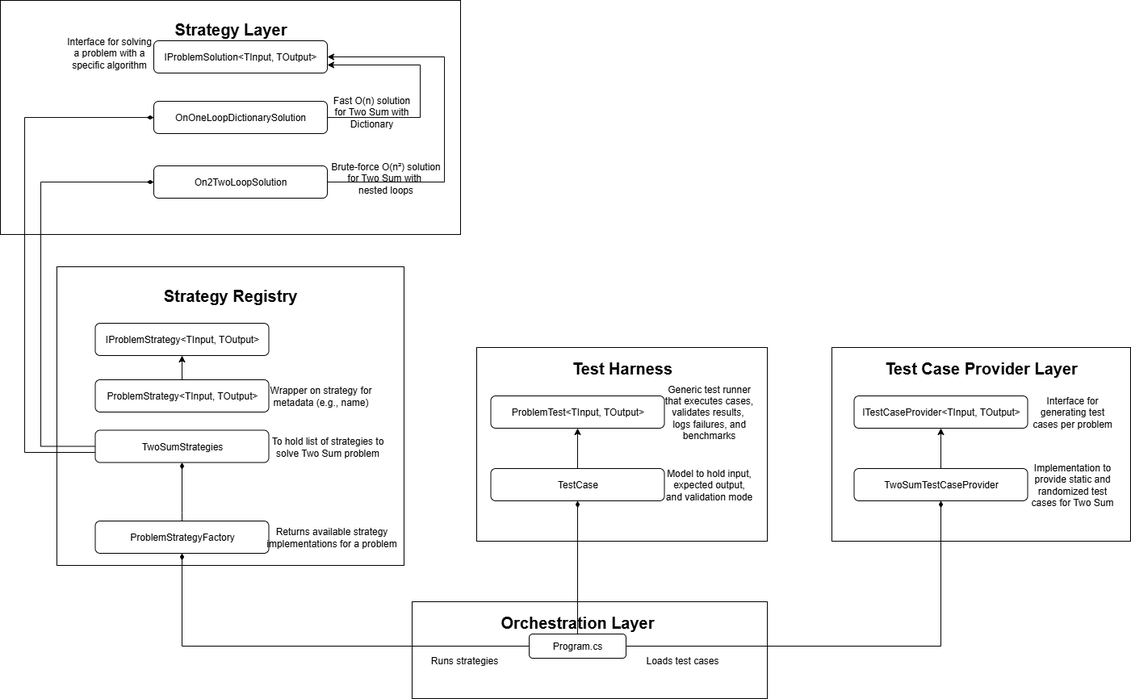
Before: Leetcode/Documentation/project-visualization-diagram.png, a diagram exported from draw.io (abhimanyu-builds/Leetcode). Source tidied: cells renumbered, new cells last; positions are measured from the earlier drawing's top-left corner, leaving out a move shared by most shapes.
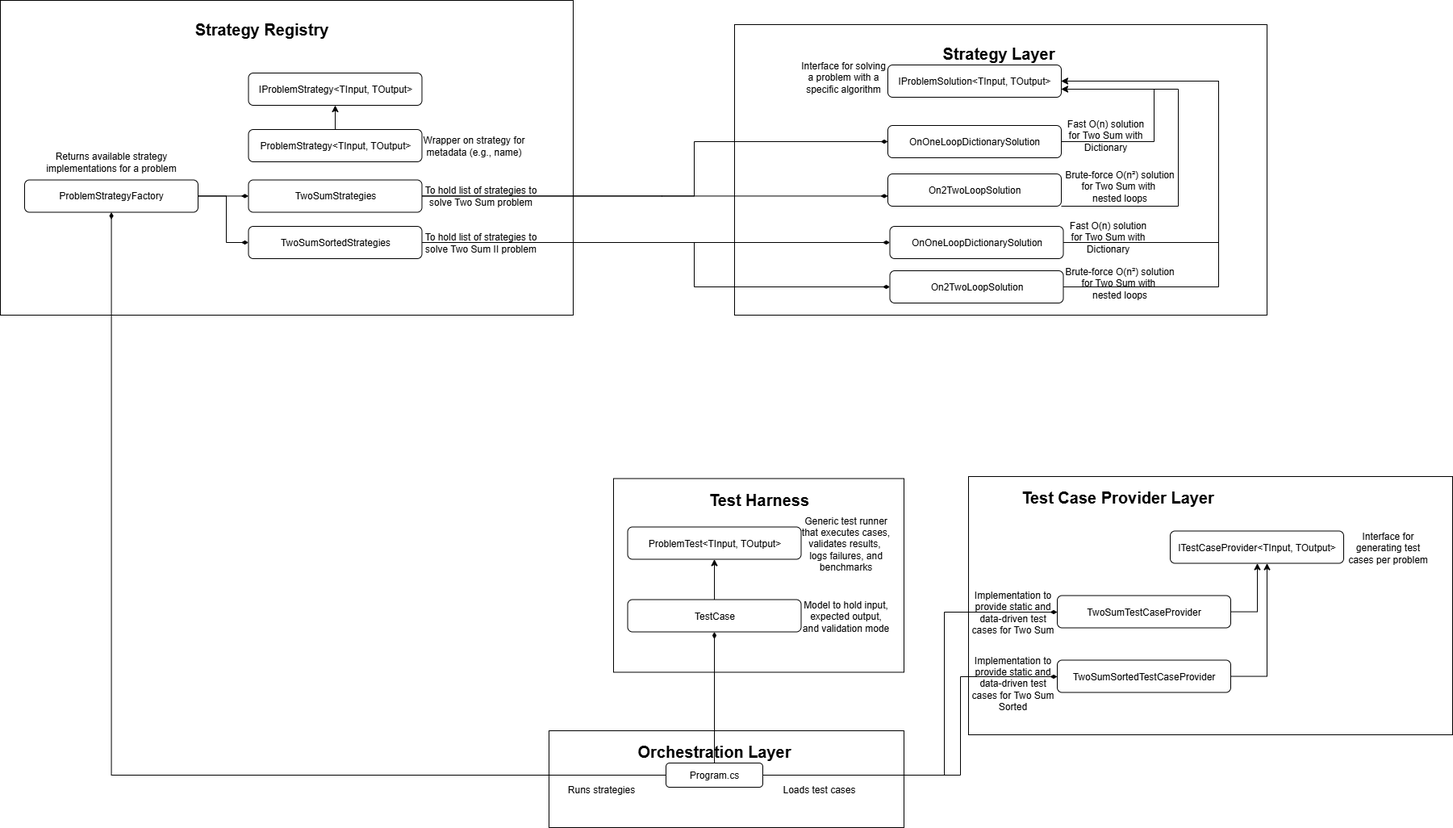
Later version of the same file.

Commit message:
Update documentation and project-visualization-diagram

Diff of the diagram source:
```diff
@@ -3,13 +3,18 @@
     <mxCell id="0" />
     <mxCell id="1" parent="0" />
     <mxCell id="2" style="rounded=0;whiteSpace=wrap;html=1;fillColor=none;" parent="1" vertex="1">
-      <mxGeometry x="510" y="745" width="440" height="120" as="geometry" />
+      <mxGeometry x="510" y="875" width="440" height="120" as="geometry" />
     </mxCell>
     <mxCell id="3" value="&lt;b&gt;&lt;font style=&quot;font-size: 20px;&quot;&gt;Orchestration Layer&lt;/font&gt;&lt;/b&gt;" style="text;html=1;align=center;verticalAlign=middle;whiteSpace=wrap;rounded=0;" parent="1" vertex="1">
-      <mxGeometry x="600" y="755" width="230" height="30" as="geometry" />
+      <mxGeometry x="600" y="885" width="230" height="30" as="geometry" />
     </mxCell>
     <mxCell id="4" style="edgeStyle=orthogonalEdgeStyle;rounded=0;jettySize=auto;html=1;endArrow=diamondThin;endFill=1;" parent="1" edge="1" source="7" target="14">
-      <mxGeometry relative="1" as="geometry" />
+      <mxGeometry relative="1" as="geometry">
+        <Array as="points">
+          <mxPoint x="1000" y="930" />
+          <mxPoint x="1000" y="728" />
+        </Array>
+      </mxGeometry>
     </mxCell>
     <mxCell id="5" style="edgeStyle=orthogonalEdgeStyle;rounded=0;jettySize=auto;html=1;endArrow=diamondThin;endFill=1;" parent="1" edge="1" source="7" target="40">
       <mxGeometry relative="1" as="geometry" />
@@ -17,149 +22,228 @@
     <mxCell id="6" style="edgeStyle=orthogonalEdgeStyle;rounded=0;jettySize=auto;html=1;endArrow=diamondThin;endFill=1;" parent="1" edge="1" source="7" target="32">
       <mxGeometry relative="1" as="geometry" />
     </mxCell>
+    <mxCell id="47" style="edgeStyle=orthogonalEdgeStyle;rounded=0;jettySize=auto;html=1;endArrow=diamondThin;endFill=1;" parent="1" edge="1" source="7" target="61">
+      <mxGeometry relative="1" as="geometry">
+        <Array as="points">
+          <mxPoint x="1020" y="930" />
+          <mxPoint x="1020" y="808" />
+        </Array>
+      </mxGeometry>
+    </mxCell>
     <mxCell id="7" value="Program.cs" style="rounded=1;whiteSpace=wrap;html=1;fillColor=none;" parent="1" vertex="1">
-      <mxGeometry x="655" y="785" width="120" height="30" as="geometry" />
+      <mxGeometry x="655" y="915" width="120" height="30" as="geometry" />
     </mxCell>
     <mxCell id="8" value="Loads test cases" style="text;html=1;align=center;verticalAlign=middle;whiteSpace=wrap;rounded=0;" parent="1" vertex="1">
-      <mxGeometry x="790" y="812.5" width="110" height="10" as="geometry" />
+      <mxGeometry x="790" y="942.5" width="110" height="10" as="geometry" />
     </mxCell>
     <mxCell id="9" style="rounded=0;whiteSpace=wrap;html=1;fillColor=none;" parent="1" vertex="1">
-      <mxGeometry x="1030" y="430" width="370" height="240" as="geometry" />
+      <mxGeometry x="1030" y="560" width="600" height="320" as="geometry" />
     </mxCell>
     <mxCell id="10" value="&lt;b&gt;&lt;font style=&quot;font-size: 20px;&quot;&gt;Test Case Provider Layer&lt;/font&gt;&lt;/b&gt;" style="text;html=1;align=center;verticalAlign=middle;whiteSpace=wrap;rounded=0;" parent="1" vertex="1">
-      <mxGeometry x="1075" y="440" width="280" height="30" as="geometry" />
+      <mxGeometry x="1075" y="570" width="280" height="30" as="geometry" />
     </mxCell>
     <mxCell id="11" value="ITestCaseProvider&amp;lt;TInput, TOutput&amp;gt;" style="rounded=1;whiteSpace=wrap;html=1;fillColor=none;" parent="1" vertex="1">
-      <mxGeometry x="1057.5" y="490" width="215" height="40" as="geometry" />
+      <mxGeometry x="1280" y="627.5" width="215" height="40" as="geometry" />
     </mxCell>
     <mxCell id="12" value="Interface for generating test cases per problem" style="text;html=1;align=center;verticalAlign=middle;whiteSpace=wrap;rounded=0;" parent="1" vertex="1">
-      <mxGeometry x="1272.5" y="485" width="110" height="50" as="geometry" />
+      <mxGeometry x="1495" y="622.5" width="110" height="50" as="geometry" />
     </mxCell>
-    <mxCell id="13" style="edgeStyle=orthogonalEdgeStyle;rounded=0;jettySize=auto;html=1;entryX=0.5;entryY=1;entryDx=0;entryDy=0;" parent="1" edge="1" source="14" target="11">
-      <mxGeometry relative="1" as="geometry" />
+    <mxCell id="13" style="edgeStyle=orthogonalEdgeStyle;rounded=0;jettySize=auto;html=1;" parent="1" edge="1" source="14" target="11">
+      <mxGeometry relative="1" as="geometry">
+        <Array as="points">
+          <mxPoint x="1388" y="728" />
+        </Array>
+      </mxGeometry>
     </mxCell>
     <mxCell id="14" value="TwoSumTestCaseProvider" style="rounded=1;whiteSpace=wrap;html=1;fillColor=none;" parent="1" vertex="1">
-      <mxGeometry x="1057.5" y="580" width="215" height="40" as="geometry" />
+      <mxGeometry x="1140" y="707.5" width="215" height="40" as="geometry" />
     </mxCell>
-    <mxCell id="15" value="Implementation to provide&amp;nbsp;static and randomized test cases for Two Sum" style="text;html=1;align=center;verticalAlign=middle;whiteSpace=wrap;rounded=0;" parent="1" vertex="1">
-      <mxGeometry x="1272.5" y="575" width="110" height="50" as="geometry" />
+    <mxCell id="15" value="Implementation to provide&amp;nbsp;static and data-driven&amp;nbsp;test cases for Two Sum" style="text;html=1;align=center;verticalAlign=middle;whiteSpace=wrap;rounded=0;" parent="1" vertex="1">
+      <mxGeometry x="1030" y="702.5" width="110" height="50" as="geometry" />
     </mxCell>
     <mxCell id="16" value="&lt;div&gt;Runs strategies&lt;/div&gt;" style="text;html=1;align=center;verticalAlign=middle;whiteSpace=wrap;rounded=0;" parent="1" vertex="1">
-      <mxGeometry x="520" y="810" width="110" height="15" as="geometry" />
+      <mxGeometry x="520" y="940" width="110" height="15" as="geometry" />
     </mxCell>
     <mxCell id="17" style="rounded=0;whiteSpace=wrap;html=1;fillColor=none;" parent="1" vertex="1">
-      <mxGeometry width="570" height="290" as="geometry" />
+      <mxGeometry x="740" width="660" height="360" as="geometry" />
     </mxCell>
     <mxCell id="18" value="&lt;b&gt;&lt;font style=&quot;font-size: 20px;&quot;&gt;Strategy Layer&lt;/font&gt;&lt;/b&gt;" style="text;html=1;align=center;verticalAlign=middle;whiteSpace=wrap;rounded=0;" parent="1" vertex="1">
-      <mxGeometry x="207.5" y="20" width="155" height="30" as="geometry" />
+      <mxGeometry x="990" y="20" width="155" height="30" as="geometry" />
     </mxCell>
     <mxCell id="19" value="IProblemSolution&amp;lt;TInput, TOutput&amp;gt;" style="rounded=1;whiteSpace=wrap;html=1;fillColor=none;" parent="1" vertex="1">
-      <mxGeometry x="190" y="50" width="215" height="40" as="geometry" />
+      <mxGeometry x="930" y="50" width="215" height="40" as="geometry" />
     </mxCell>
     <mxCell id="20" value="Interface for solving a problem with a specific algorithm" style="text;html=1;align=center;verticalAlign=middle;whiteSpace=wrap;rounded=0;" parent="1" vertex="1">
-      <mxGeometry x="80" y="40" width="110" height="50" as="geometry" />
+      <mxGeometry x="820" y="40" width="110" height="50" as="geometry" />
     </mxCell>
     <mxCell id="21" style="edgeStyle=orthogonalEdgeStyle;rounded=0;jettySize=auto;html=1;" parent="1" edge="1" source="22" target="19">
       <mxGeometry relative="1" as="geometry">
         <Array as="points">
-          <mxPoint x="520" y="145" />
-          <mxPoint x="520" y="80" />
+          <mxPoint x="1260" y="145" />
+          <mxPoint x="1260" y="80" />
         </Array>
       </mxGeometry>
     </mxCell>
     <mxCell id="22" value="OnOneLoopDictionarySolution" style="rounded=1;whiteSpace=wrap;html=1;fillColor=none;" parent="1" vertex="1">
-      <mxGeometry x="190" y="125" width="215" height="40" as="geometry" />
+      <mxGeometry x="930" y="125" width="215" height="40" as="geometry" />
     </mxCell>
     <mxCell id="23" value="Fast O(n) solution for Two Sum with Dictionary" style="text;html=1;align=center;verticalAlign=middle;whiteSpace=wrap;rounded=0;" parent="1" vertex="1">
-      <mxGeometry x="405" y="112.5" width="110" height="50" as="geometry" />
+      <mxGeometry x="1145" y="112.5" width="110" height="50" as="geometry" />
     </mxCell>
     <mxCell id="24" style="edgeStyle=orthogonalEdgeStyle;rounded=0;jettySize=auto;html=1;" parent="1" edge="1" source="25" target="19">
       <mxGeometry relative="1" as="geometry">
         <Array as="points">
-          <mxPoint x="550" y="225" />
-          <mxPoint x="550" y="70" />
+          <mxPoint x="1290" y="225" />
+          <mxPoint x="1290" y="80" />
         </Array>
       </mxGeometry>
     </mxCell>
     <mxCell id="25" value="On2TwoLoopSolution" style="rounded=1;whiteSpace=wrap;html=1;fillColor=none;" parent="1" vertex="1">
-      <mxGeometry x="190" y="205" width="215" height="40" as="geometry" />
+      <mxGeometry x="930" y="185" width="215" height="40" as="geometry" />
     </mxCell>
     <mxCell id="26" value="Brute-force O(n²) solution for Two Sum with&amp;nbsp;&lt;div&gt;nested loops&lt;/div&gt;" style="text;html=1;align=center;verticalAlign=middle;whiteSpace=wrap;rounded=0;" parent="1" vertex="1">
-      <mxGeometry x="405" y="195" width="145" height="50" as="geometry" />
+      <mxGeometry x="1145" y="175" width="145" height="50" as="geometry" />
     </mxCell>
     <mxCell id="27" style="rounded=0;whiteSpace=wrap;html=1;fillColor=none;" parent="1" vertex="1">
-      <mxGeometry x="590" y="430" width="360" height="240" as="geometry" />
+      <mxGeometry x="590" y="562.5" width="360" height="240" as="geometry" />
     </mxCell>
     <mxCell id="28" value="&lt;b&gt;&lt;font style=&quot;font-size: 20px;&quot;&gt;Test Harness&lt;/font&gt;&lt;/b&gt;" style="text;html=1;align=center;verticalAlign=middle;whiteSpace=wrap;rounded=0;" parent="1" vertex="1">
-      <mxGeometry x="692.5" y="440" width="155" height="30" as="geometry" />
+      <mxGeometry x="692.5" y="572.5" width="155" height="30" as="geometry" />
     </mxCell>
     <mxCell id="29" value="ProblemTest&amp;lt;TInput, TOutput&amp;gt;" style="rounded=1;whiteSpace=wrap;html=1;fillColor=none;" parent="1" vertex="1">
-      <mxGeometry x="607.5" y="490" width="215" height="40" as="geometry" />
+      <mxGeometry x="607.5" y="622.5" width="215" height="40" as="geometry" />
     </mxCell>
     <mxCell id="30" value="Generic test runner that executes cases, validates results,&amp;nbsp;&lt;div&gt;logs failures, and benchmarks&lt;/div&gt;" style="text;html=1;align=center;verticalAlign=middle;whiteSpace=wrap;rounded=0;" parent="1" vertex="1">
-      <mxGeometry x="813.8" y="472.5" width="127.5" height="75" as="geometry" />
+      <mxGeometry x="813.8" y="605" width="127.5" height="75" as="geometry" />
     </mxCell>
     <mxCell id="31" style="edgeStyle=orthogonalEdgeStyle;rounded=0;jettySize=auto;html=1;entryX=0.5;entryY=1;entryDx=0;entryDy=0;" parent="1" edge="1" source="32" target="29">
       <mxGeometry relative="1" as="geometry" />
     </mxCell>
     <mxCell id="32" value="TestCase" style="rounded=1;whiteSpace=wrap;html=1;fillColor=none;" parent="1" vertex="1">
-      <mxGeometry x="607.5" y="580" width="215" height="40" as="geometry" />
+      <mxGeometry x="607.5" y="712.5" width="215" height="40" as="geometry" />
     </mxCell>
     <mxCell id="33" value="Model to hold input, expected output, and validation mode" style="text;html=1;align=center;verticalAlign=middle;whiteSpace=wrap;rounded=0;" parent="1" vertex="1">
-      <mxGeometry x="822.5" y="575" width="110" height="50" as="geometry" />
+      <mxGeometry x="822.5" y="707.5" width="110" height="50" as="geometry" />
     </mxCell>
     <mxCell id="34" style="rounded=0;whiteSpace=wrap;html=1;fillColor=none;" parent="1" vertex="1">
-      <mxGeometry x="70" y="330" width="430" height="370" as="geometry" />
+      <mxGeometry x="-170" y="-30" width="710" height="390" as="geometry" />
     </mxCell>
     <mxCell id="35" value="&lt;b&gt;&lt;font style=&quot;font-size: 20px;&quot;&gt;Strategy Registry&lt;/font&gt;&lt;/b&gt;" style="text;html=1;align=center;verticalAlign=middle;whiteSpace=wrap;rounded=0;" parent="1" vertex="1">
-      <mxGeometry x="191.2" y="350" width="187.5" height="30" as="geometry" />
+      <mxGeometry x="60" y="-10" width="187.5" height="30" as="geometry" />
     </mxCell>
     <mxCell id="36" style="edgeStyle=orthogonalEdgeStyle;rounded=0;jettySize=auto;html=1;" parent="1" edge="1" source="37" target="46">
       <mxGeometry relative="1" as="geometry" />
     </mxCell>
     <mxCell id="37" value="ProblemStrategy&amp;lt;TInput, TOutput&amp;gt;" style="rounded=1;whiteSpace=wrap;html=1;fillColor=none;" parent="1" vertex="1">
-      <mxGeometry x="117.5" y="470" width="215" height="40" as="geometry" />
+      <mxGeometry x="137.5" y="130" width="215" height="40" as="geometry" />
     </mxCell>
     <mxCell id="38" value="Wrapper on strategy for metadata (e.g., name)" style="text;html=1;align=center;verticalAlign=middle;whiteSpace=wrap;rounded=0;" parent="1" vertex="1">
-      <mxGeometry x="332.5" y="465" width="127.5" height="50" as="geometry" />
+      <mxGeometry x="352.5" y="125" width="127.5" height="50" as="geometry" />
     </mxCell>
     <mxCell id="39" style="edgeStyle=orthogonalEdgeStyle;rounded=0;jettySize=auto;html=1;endArrow=diamondThin;endFill=1;" parent="1" edge="1" source="40" target="44">
       <mxGeometry relative="1" as="geometry">
         <Array as="points">
-          <mxPoint x="225" y="635" />
+          <mxPoint x="130" y="213" />
+          <mxPoint x="130" y="213" />
         </Array>
       </mxGeometry>
     </mxCell>
+    <mxCell id="48" style="edgeStyle=orthogonalEdgeStyle;rounded=0;jettySize=auto;html=1;endArrow=diamondThin;endFill=1;" parent="1" edge="1" source="40" target="57">
+      <mxGeometry relative="1" as="geometry">
+        <Array as="points">
+          <mxPoint x="110" y="213" />
+          <mxPoint x="110" y="270" />
+        </Array>
+      </mxGeometry>
+    </mxCell>
     <mxCell id="40" value="ProblemStrategyFactory" style="rounded=1;whiteSpace=wrap;html=1;fillColor=none;" parent="1" vertex="1">
-      <mxGeometry x="117.5" y="645" width="215" height="40" as="geometry" />
+      <mxGeometry x="-140" y="192.5" width="215" height="40" as="geometry" />
     </mxCell>
     <mxCell id="41" value="Returns available strategy implementations for a problem" style="text;html=1;align=center;verticalAlign=middle;whiteSpace=wrap;rounded=0;" parent="1" vertex="1">
-      <mxGeometry x="322.5" y="640" width="175" height="50" as="geometry" />
+      <mxGeometry x="-120" y="145" width="175" height="50" as="geometry" />
     </mxCell>
     <mxCell id="42" style="edgeStyle=orthogonalEdgeStyle;rounded=0;jettySize=auto;html=1;endArrow=diamondThin;endFill=1;" parent="1" edge="1" source="44" target="25">
       <mxGeometry relative="1" as="geometry">
         <Array as="points">
-          <mxPoint x="50" y="553" />
-          <mxPoint x="50" y="225" />
+          <mxPoint x="650" y="213" />
+          <mxPoint x="650" y="213" />
         </Array>
       </mxGeometry>
     </mxCell>
     <mxCell id="43" style="edgeStyle=orthogonalEdgeStyle;rounded=0;jettySize=auto;html=1;endArrow=diamondThin;endFill=1;" parent="1" edge="1" source="44" target="22">
       <mxGeometry relative="1" as="geometry">
         <Array as="points">
-          <mxPoint x="30" y="560" />
-          <mxPoint x="30" y="145" />
+          <mxPoint x="690" y="212" />
+          <mxPoint x="690" y="145" />
         </Array>
       </mxGeometry>
     </mxCell>
     <mxCell id="44" value="TwoSumStrategies" style="rounded=1;whiteSpace=wrap;html=1;fillColor=none;" parent="1" vertex="1">
-      <mxGeometry x="117.5" y="532.5" width="215" height="40" as="geometry" />
+      <mxGeometry x="137.5" y="192.5" width="215" height="40" as="geometry" />
     </mxCell>
     <mxCell id="45" value="To hold list of strategies to solve Two Sum problem" style="text;html=1;align=center;verticalAlign=middle;whiteSpace=wrap;rounded=0;" parent="1" vertex="1">
-      <mxGeometry x="332.5" y="527.5" width="145" height="50" as="geometry" />
+      <mxGeometry x="352.5" y="187.5" width="145" height="50" as="geometry" />
     </mxCell>
     <mxCell id="46" value="IProblemStrategy&amp;lt;TInput, TOutput&amp;gt;" style="rounded=1;whiteSpace=wrap;html=1;fillColor=none;" parent="1" vertex="1">
-      <mxGeometry x="117.5" y="400" width="215" height="40" as="geometry" />
+      <mxGeometry x="137.5" y="60" width="215" height="40" as="geometry" />
     </mxCell>
+    <mxCell id="49" style="edgeStyle=orthogonalEdgeStyle;rounded=0;jettySize=auto;html=1;" parent="1" edge="1" source="50" target="19">
+      <mxGeometry relative="1" as="geometry">
+        <Array as="points">
+          <mxPoint x="1340" y="270" />
+          <mxPoint x="1340" y="70" />
+        </Array>
+      </mxGeometry>
+    </mxCell>
+    <mxCell id="50" value="OnOneLoopDictionarySolution" style="rounded=1;whiteSpace=wrap;html=1;fillColor=none;" parent="1" vertex="1">
+      <mxGeometry x="932.5" y="250" width="215" height="40" as="geometry" />
+    </mxCell>
+    <mxCell id="51" value="Fast O(n) solution for Two Sum with Dictionary" style="text;html=1;align=center;verticalAlign=middle;whiteSpace=wrap;rounded=0;" parent="1" vertex="1">
+      <mxGeometry x="1147.5" y="237.5" width="110" height="50" as="geometry" />
+    </mxCell>
+    <mxCell id="52" style="edgeStyle=orthogonalEdgeStyle;rounded=0;jettySize=auto;html=1;" parent="1" edge="1" source="53" target="19">
+      <mxGeometry relative="1" as="geometry">
+        <Array as="points">
+          <mxPoint x="1340" y="325" />
+          <mxPoint x="1340" y="70" />
+        </Array>
+      </mxGeometry>
+    </mxCell>
+    <mxCell id="53" value="On2TwoLoopSolution" style="rounded=1;whiteSpace=wrap;html=1;fillColor=none;" parent="1" vertex="1">
+      <mxGeometry x="932.5" y="305" width="215" height="40" as="geometry" />
+    </mxCell>
+    <mxCell id="54" value="Brute-force O(n²) solution for Two Sum with&amp;nbsp;&lt;div&gt;nested loops&lt;/div&gt;" style="text;html=1;align=center;verticalAlign=middle;whiteSpace=wrap;rounded=0;" parent="1" vertex="1">
+      <mxGeometry x="1145" y="295" width="145" height="50" as="geometry" />
+    </mxCell>
+    <mxCell id="55" style="edgeStyle=orthogonalEdgeStyle;rounded=0;jettySize=auto;html=1;endArrow=diamondThin;endFill=1;" parent="1" edge="1" source="57" target="50">
+      <mxGeometry relative="1" as="geometry" />
+    </mxCell>
+    <mxCell id="56" style="edgeStyle=orthogonalEdgeStyle;rounded=0;jettySize=auto;html=1;endArrow=diamondThin;endFill=1;" parent="1" edge="1" source="57" target="53">
+      <mxGeometry relative="1" as="geometry">
+        <Array as="points">
+          <mxPoint x="690" y="270" />
+          <mxPoint x="690" y="325" />
+        </Array>
+      </mxGeometry>
+    </mxCell>
+    <mxCell id="57" value="TwoSumSortedStrategies" style="rounded=1;whiteSpace=wrap;html=1;fillColor=none;" parent="1" vertex="1">
+      <mxGeometry x="137.5" y="250" width="215" height="40" as="geometry" />
+    </mxCell>
+    <mxCell id="58" value="To hold list of strategies to solve Two Sum II problem" style="text;html=1;align=center;verticalAlign=middle;whiteSpace=wrap;rounded=0;" parent="1" vertex="1">
+      <mxGeometry x="352.5" y="245" width="145" height="50" as="geometry" />
+    </mxCell>
+    <mxCell id="59" value="Implementation to provide&amp;nbsp;static and data-driven test cases for Two Sum Sorted" style="text;html=1;align=center;verticalAlign=middle;whiteSpace=wrap;rounded=0;" parent="1" vertex="1">
+      <mxGeometry x="1030" y="780" width="110" height="72.5" as="geometry" />
+    </mxCell>
+    <mxCell id="60" style="edgeStyle=orthogonalEdgeStyle;rounded=0;jettySize=auto;html=1;" parent="1" edge="1" source="61" target="11">
+      <mxGeometry relative="1" as="geometry">
+        <Array as="points">
+          <mxPoint x="1400" y="808" />
+        </Array>
+      </mxGeometry>
+    </mxCell>
+    <mxCell id="61" value="TwoSumSortedTestCaseProvider" style="rounded=1;whiteSpace=wrap;html=1;fillColor=none;" parent="1" vertex="1">
+      <mxGeometry x="1140" y="787.5" width="215" height="40" as="geometry" />
+    </mxCell>
   </root>
 </mxGraphModel>
```
